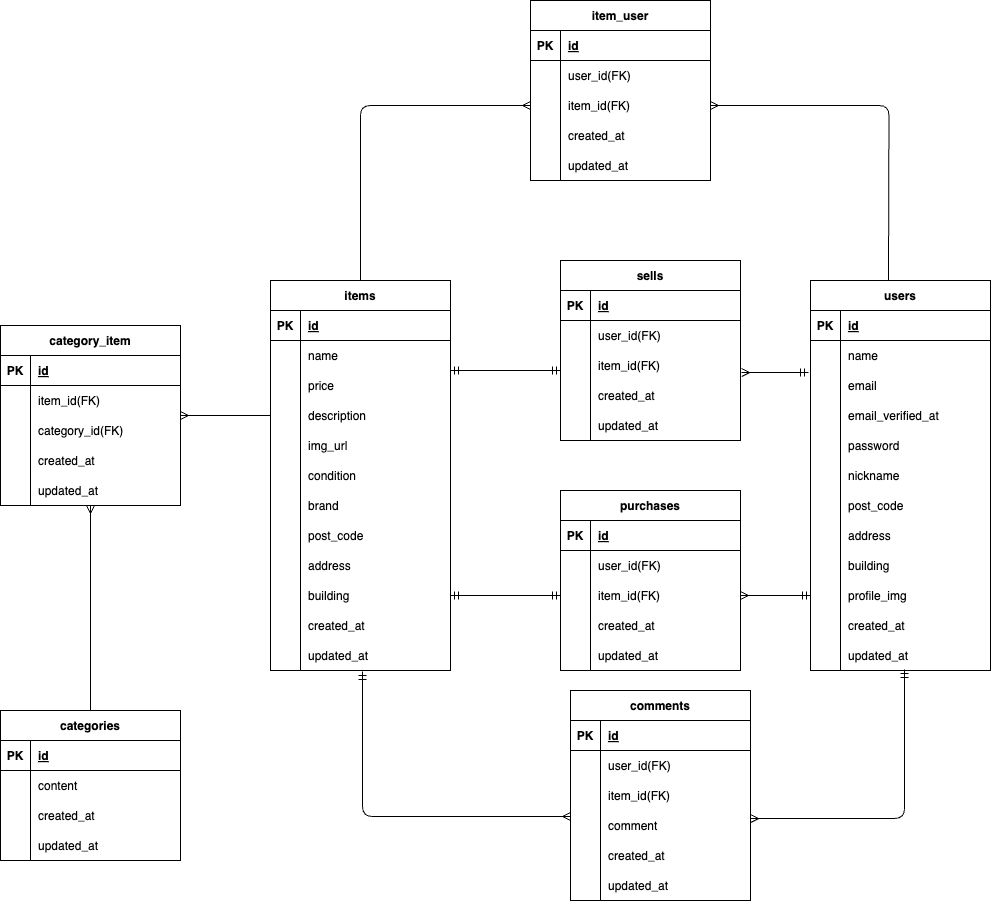
The draw.io diagram .drawio.png in hirata784/flea_market_app, before a commit. Source tidied: cells renumbered, new cells last; positions are measured from the earlier drawing's top-left corner, leaving out a move shared by most shapes.
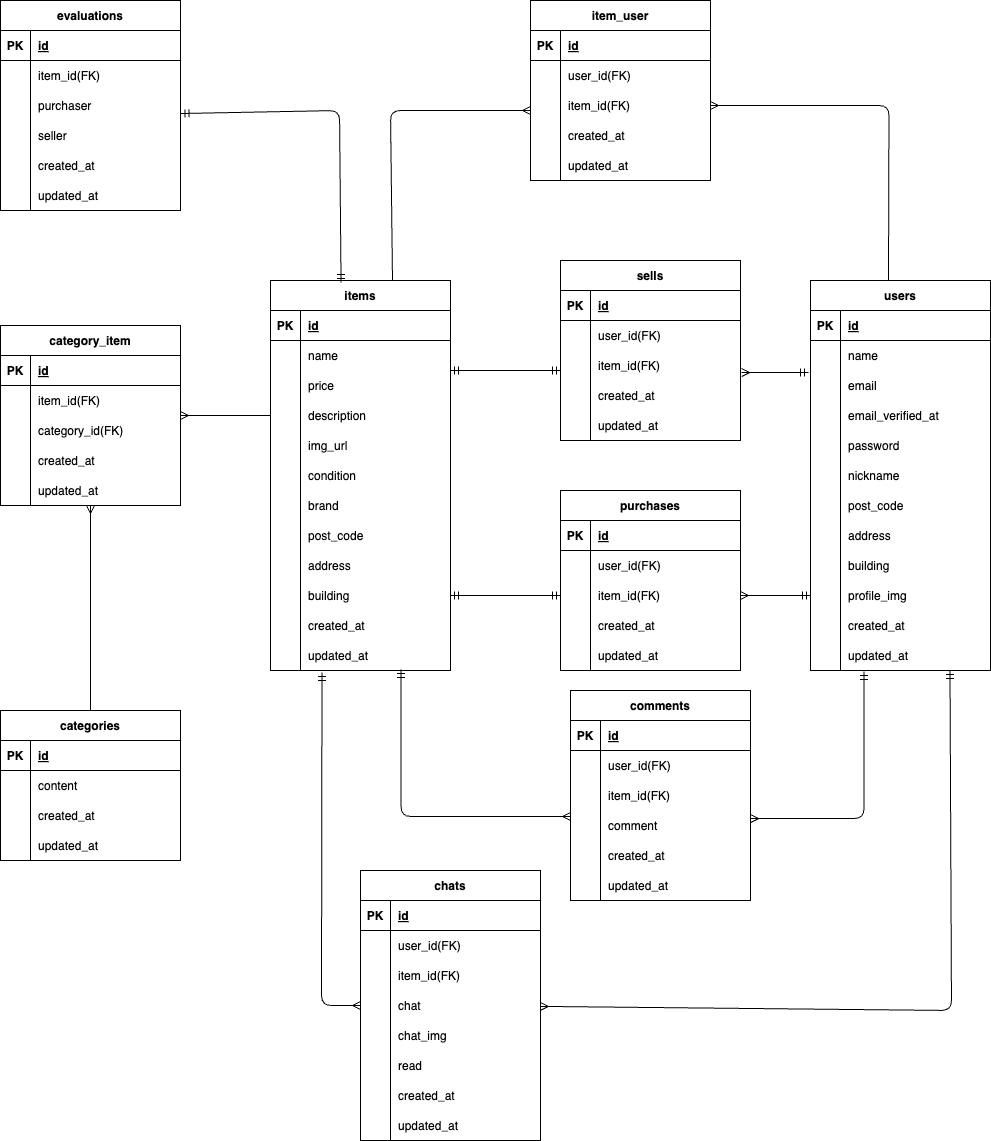
The same file after the commit.

Diff of the diagram source:
```diff
@@ -161,7 +161,7 @@
     <mxCell id="54" value="updated_at" style="shape=partialRectangle;fillColor=none;top=0;left=0;bottom=0;right=0;align=left;spacingLeft=6;overflow=hidden;" parent="52" vertex="1">
       <mxGeometry x="30" width="150" height="30" as="geometry" />
     </mxCell>
-    <mxCell id="55" style="edgeStyle=orthogonalEdgeStyle;html=1;endArrow=ERmandOne;endFill=0;exitX=0;exitY=0.2;exitDx=0;exitDy=0;exitPerimeter=0;entryX=0.511;entryY=1.033;entryDx=0;entryDy=0;entryPerimeter=0;startArrow=ERmany;startFill=0;" parent="1" edge="1" source="66" target="36">
+    <mxCell id="55" style="edgeStyle=orthogonalEdgeStyle;html=1;endArrow=ERmandOne;endFill=0;exitX=0;exitY=0.2;exitDx=0;exitDy=0;exitPerimeter=0;entryX=0.725;entryY=0.967;entryDx=0;entryDy=0;entryPerimeter=0;startArrow=ERmany;startFill=0;" parent="1" edge="1" source="66" target="36">
       <mxGeometry relative="1" as="geometry" />
     </mxCell>
     <mxCell id="56" value="comments" style="shape=table;startSize=30;rowLines=0;fontStyle=1;align=center;" parent="1" vertex="1">
@@ -470,9 +470,6 @@
     <mxCell id="157" value="updated_at" style="shape=partialRectangle;fillColor=none;top=0;left=0;bottom=0;right=0;align=left;spacingLeft=6;overflow=hidden;" parent="155" vertex="1">
       <mxGeometry x="30" width="150" height="30" as="geometry" />
     </mxCell>
-    <mxCell id="158" style="edgeStyle=orthogonalEdgeStyle;html=1;exitX=0.5;exitY=0;exitDx=0;exitDy=0;entryX=0;entryY=0.5;entryDx=0;entryDy=0;endArrow=ERmany;endFill=0;" parent="1" edge="1" source="2" target="46">
-      <mxGeometry relative="1" as="geometry" />
-    </mxCell>
     <mxCell id="159" style="html=1;exitX=1;exitY=0.5;exitDx=0;exitDy=0;endArrow=none;endFill=0;startArrow=ERmany;startFill=0;edgeStyle=orthogonalEdgeStyle;" parent="1" edge="1" source="46">
       <mxGeometry relative="1" as="geometry">
         <mxPoint x="888" y="280" as="targetPoint" />
@@ -485,7 +482,7 @@
         </Array>
       </mxGeometry>
     </mxCell>
-    <mxCell id="161" style="edgeStyle=orthogonalEdgeStyle;html=1;entryX=0.522;entryY=0.967;entryDx=0;entryDy=0;entryPerimeter=0;endArrow=ERmandOne;endFill=0;exitX=1;exitY=0.267;exitDx=0;exitDy=0;exitPerimeter=0;startArrow=ERmany;startFill=0;" parent="1" edge="1" source="66" target="109">
+    <mxCell id="161" style="edgeStyle=orthogonalEdgeStyle;html=1;entryX=0.297;entryY=1.033;entryDx=0;entryDy=0;entryPerimeter=0;endArrow=ERmandOne;endFill=0;exitX=1;exitY=0.267;exitDx=0;exitDy=0;exitPerimeter=0;startArrow=ERmany;startFill=0;" parent="1" edge="1" source="66" target="109">
       <mxGeometry relative="1" as="geometry" />
     </mxCell>
     <mxCell id="162" style="edgeStyle=none;html=1;exitX=0;exitY=0.5;exitDx=0;exitDy=0;entryX=1;entryY=0.5;entryDx=0;entryDy=0;endArrow=ERmandOne;endFill=0;startArrow=ERmandOne;startFill=0;" parent="1" edge="1" source="132" target="30">
@@ -551,5 +548,167 @@
     <mxCell id="181" style="html=1;exitX=1.006;exitY=0.733;exitDx=0;exitDy=0;entryX=-0.011;entryY=0.067;entryDx=0;entryDy=0;endArrow=ERmandOne;endFill=0;entryPerimeter=0;exitPerimeter=0;startArrow=ERmany;startFill=0;" parent="1" edge="1" source="171" target="82">
       <mxGeometry relative="1" as="geometry" />
     </mxCell>
+    <mxCell id="182" value="chats" style="shape=table;startSize=30;rowLines=0;fontStyle=1;align=center;" parent="1" vertex="1">
+      <mxGeometry x="360" y="870" width="180" height="270" as="geometry" />
+    </mxCell>
+    <mxCell id="183" style="shape=tableRow;horizontal=0;startSize=0;swimlaneHead=0;swimlaneBody=0;fillColor=none;top=0;left=0;right=0;bottom=1;" parent="182" vertex="1">
+      <mxGeometry y="30" width="180" height="30" as="geometry" />
+    </mxCell>
+    <mxCell id="184" value="PK" style="shape=partialRectangle;fillColor=none;top=0;left=0;bottom=0;right=0;fontStyle=1;overflow=hidden;" parent="183" vertex="1">
+      <mxGeometry width="30" height="30" as="geometry" />
+    </mxCell>
+    <mxCell id="185" value="id" style="shape=partialRectangle;fillColor=none;top=0;left=0;bottom=0;right=0;align=left;spacingLeft=6;fontStyle=5;overflow=hidden;" parent="183" vertex="1">
+      <mxGeometry x="30" width="150" height="30" as="geometry" />
+    </mxCell>
+    <mxCell id="186" style="shape=tableRow;horizontal=0;startSize=0;swimlaneHead=0;swimlaneBody=0;fillColor=none;top=0;left=0;right=0;bottom=0;" parent="182" vertex="1">
+      <mxGeometry y="60" width="180" height="30" as="geometry" />
+    </mxCell>
+    <mxCell id="187" style="shape=partialRectangle;fillColor=none;top=0;left=0;bottom=0;right=0;overflow=hidden;" parent="186" vertex="1">
+      <mxGeometry width="30" height="30" as="geometry" />
+    </mxCell>
+    <mxCell id="188" value="user_id(FK)" style="shape=partialRectangle;fillColor=none;top=0;left=0;bottom=0;right=0;align=left;spacingLeft=6;overflow=hidden;" parent="186" vertex="1">
+      <mxGeometry x="30" width="150" height="30" as="geometry" />
+    </mxCell>
+    <mxCell id="189" style="shape=tableRow;horizontal=0;startSize=0;swimlaneHead=0;swimlaneBody=0;fillColor=none;top=0;left=0;right=0;bottom=0;" parent="182" vertex="1">
+      <mxGeometry y="90" width="180" height="30" as="geometry" />
+    </mxCell>
+    <mxCell id="190" style="shape=partialRectangle;fillColor=none;top=0;left=0;bottom=0;right=0;overflow=hidden;" parent="189" vertex="1">
+      <mxGeometry width="30" height="30" as="geometry" />
+    </mxCell>
+    <mxCell id="191" value="item_id(FK)" style="shape=partialRectangle;fillColor=none;top=0;left=0;bottom=0;right=0;align=left;spacingLeft=6;overflow=hidden;" parent="189" vertex="1">
+      <mxGeometry x="30" width="150" height="30" as="geometry" />
+    </mxCell>
+    <mxCell id="192" style="shape=tableRow;horizontal=0;startSize=0;swimlaneHead=0;swimlaneBody=0;fillColor=none;points=[[0,0.5],[1,0.5]];portConstraint=eastwest;top=0;left=0;right=0;bottom=0;" parent="182" vertex="1">
+      <mxGeometry y="120" width="180" height="30" as="geometry" />
+    </mxCell>
+    <mxCell id="193" style="shape=partialRectangle;fillColor=none;top=0;left=0;bottom=0;right=0;overflow=hidden;" parent="192" vertex="1">
+      <mxGeometry width="30" height="30" as="geometry" />
+    </mxCell>
+    <mxCell id="194" value="chat" style="shape=partialRectangle;fillColor=none;top=0;left=0;bottom=0;right=0;align=left;spacingLeft=6;overflow=hidden;" parent="192" vertex="1">
+      <mxGeometry x="30" width="150" height="30" as="geometry" />
+    </mxCell>
+    <mxCell id="195" style="shape=tableRow;horizontal=0;startSize=0;swimlaneHead=0;swimlaneBody=0;fillColor=none;top=0;left=0;right=0;bottom=0;" parent="182" vertex="1">
+      <mxGeometry y="150" width="180" height="30" as="geometry" />
+    </mxCell>
+    <mxCell id="196" style="shape=partialRectangle;fillColor=none;top=0;left=0;bottom=0;right=0;overflow=hidden;" parent="195" vertex="1">
+      <mxGeometry width="30" height="30" as="geometry" />
+    </mxCell>
+    <mxCell id="197" value="chat_img" style="shape=partialRectangle;fillColor=none;top=0;left=0;bottom=0;right=0;align=left;spacingLeft=6;overflow=hidden;" parent="195" vertex="1">
+      <mxGeometry x="30" width="150" height="30" as="geometry" />
+    </mxCell>
+    <mxCell id="198" style="shape=tableRow;horizontal=0;startSize=0;swimlaneHead=0;swimlaneBody=0;fillColor=none;top=0;left=0;right=0;bottom=0;" parent="182" vertex="1">
+      <mxGeometry y="180" width="180" height="30" as="geometry" />
+    </mxCell>
+    <mxCell id="199" style="shape=partialRectangle;fillColor=none;top=0;left=0;bottom=0;right=0;overflow=hidden;" parent="198" vertex="1">
+      <mxGeometry width="30" height="30" as="geometry" />
+    </mxCell>
+    <mxCell id="200" value="read" style="shape=partialRectangle;fillColor=none;top=0;left=0;bottom=0;right=0;align=left;spacingLeft=6;overflow=hidden;" parent="198" vertex="1">
+      <mxGeometry x="30" width="150" height="30" as="geometry" />
+    </mxCell>
+    <mxCell id="201" style="shape=tableRow;horizontal=0;startSize=0;swimlaneHead=0;swimlaneBody=0;fillColor=none;top=0;left=0;right=0;bottom=0;" parent="182" vertex="1">
+      <mxGeometry y="210" width="180" height="30" as="geometry" />
+    </mxCell>
+    <mxCell id="202" style="shape=partialRectangle;fillColor=none;top=0;left=0;bottom=0;right=0;overflow=hidden;" parent="201" vertex="1">
+      <mxGeometry width="30" height="30" as="geometry" />
+    </mxCell>
+    <mxCell id="203" value="created_at" style="shape=partialRectangle;fillColor=none;top=0;left=0;bottom=0;right=0;align=left;spacingLeft=6;overflow=hidden;" parent="201" vertex="1">
+      <mxGeometry x="30" width="150" height="30" as="geometry" />
+    </mxCell>
+    <mxCell id="204" style="shape=tableRow;horizontal=0;startSize=0;swimlaneHead=0;swimlaneBody=0;fillColor=none;top=0;left=0;right=0;bottom=0;" parent="182" vertex="1">
+      <mxGeometry y="240" width="180" height="30" as="geometry" />
+    </mxCell>
+    <mxCell id="205" style="shape=partialRectangle;fillColor=none;top=0;left=0;bottom=0;right=0;overflow=hidden;" parent="204" vertex="1">
+      <mxGeometry width="30" height="30" as="geometry" />
+    </mxCell>
+    <mxCell id="206" value="updated_at" style="shape=partialRectangle;fillColor=none;top=0;left=0;bottom=0;right=0;align=left;spacingLeft=6;overflow=hidden;" parent="204" vertex="1">
+      <mxGeometry x="30" width="150" height="30" as="geometry" />
+    </mxCell>
+    <mxCell id="207" style="edgeStyle=none;html=1;entryX=0.392;entryY=0.005;entryDx=0;entryDy=0;entryPerimeter=0;exitX=1.003;exitY=0.767;exitDx=0;exitDy=0;exitPerimeter=0;startArrow=ERmandOne;startFill=0;endArrow=ERmandOne;endFill=0;" parent="1" edge="1" source="215" target="2">
+      <mxGeometry relative="1" as="geometry">
+        <Array as="points">
+          <mxPoint x="339" y="110" />
+        </Array>
+      </mxGeometry>
+    </mxCell>
+    <mxCell id="208" value="evaluations" style="shape=table;startSize=30;rowLines=0;fontStyle=1;align=center;" parent="1" vertex="1">
+      <mxGeometry width="180" height="210" as="geometry" />
+    </mxCell>
+    <mxCell id="209" style="shape=tableRow;horizontal=0;startSize=0;swimlaneHead=0;swimlaneBody=0;fillColor=none;top=0;left=0;right=0;bottom=1;" parent="208" vertex="1">
+      <mxGeometry y="30" width="180" height="30" as="geometry" />
+    </mxCell>
+    <mxCell id="210" value="PK" style="shape=partialRectangle;fillColor=none;top=0;left=0;bottom=0;right=0;fontStyle=1;overflow=hidden;" parent="209" vertex="1">
+      <mxGeometry width="30" height="30" as="geometry" />
+    </mxCell>
+    <mxCell id="211" value="id" style="shape=partialRectangle;fillColor=none;top=0;left=0;bottom=0;right=0;align=left;spacingLeft=6;fontStyle=5;overflow=hidden;" parent="209" vertex="1">
+      <mxGeometry x="30" width="150" height="30" as="geometry" />
+    </mxCell>
+    <mxCell id="212" style="shape=tableRow;horizontal=0;startSize=0;swimlaneHead=0;swimlaneBody=0;fillColor=none;top=0;left=0;right=0;bottom=0;" parent="208" vertex="1">
+      <mxGeometry y="60" width="180" height="30" as="geometry" />
+    </mxCell>
+    <mxCell id="213" style="shape=partialRectangle;fillColor=none;top=0;left=0;bottom=0;right=0;overflow=hidden;" parent="212" vertex="1">
+      <mxGeometry width="30" height="30" as="geometry" />
+    </mxCell>
+    <mxCell id="214" value="item_id(FK)" style="shape=partialRectangle;fillColor=none;top=0;left=0;bottom=0;right=0;align=left;spacingLeft=6;overflow=hidden;" parent="212" vertex="1">
+      <mxGeometry x="30" width="150" height="30" as="geometry" />
+    </mxCell>
+    <mxCell id="215" style="shape=tableRow;horizontal=0;startSize=0;swimlaneHead=0;swimlaneBody=0;fillColor=none;points=[[0,0.5],[1,0.5]];portConstraint=eastwest;top=0;left=0;right=0;bottom=0;" parent="208" vertex="1">
+      <mxGeometry y="90" width="180" height="30" as="geometry" />
+    </mxCell>
+    <mxCell id="216" style="shape=partialRectangle;fillColor=none;top=0;left=0;bottom=0;right=0;overflow=hidden;" parent="215" vertex="1">
+      <mxGeometry width="30" height="30" as="geometry" />
+    </mxCell>
+    <mxCell id="217" value="purchaser" style="shape=partialRectangle;fillColor=none;top=0;left=0;bottom=0;right=0;align=left;spacingLeft=6;overflow=hidden;" parent="215" vertex="1">
+      <mxGeometry x="30" width="150" height="30" as="geometry" />
+    </mxCell>
+    <mxCell id="218" style="shape=tableRow;horizontal=0;startSize=0;swimlaneHead=0;swimlaneBody=0;fillColor=none;top=0;left=0;right=0;bottom=0;" parent="208" vertex="1">
+      <mxGeometry y="120" width="180" height="30" as="geometry" />
+    </mxCell>
+    <mxCell id="219" style="shape=partialRectangle;fillColor=none;top=0;left=0;bottom=0;right=0;overflow=hidden;" parent="218" vertex="1">
+      <mxGeometry width="30" height="30" as="geometry" />
+    </mxCell>
+    <mxCell id="220" value="seller" style="shape=partialRectangle;fillColor=none;top=0;left=0;bottom=0;right=0;align=left;spacingLeft=6;overflow=hidden;" parent="218" vertex="1">
+      <mxGeometry x="30" width="150" height="30" as="geometry" />
+    </mxCell>
+    <mxCell id="221" style="shape=tableRow;horizontal=0;startSize=0;swimlaneHead=0;swimlaneBody=0;fillColor=none;top=0;left=0;right=0;bottom=0;" parent="208" vertex="1">
+      <mxGeometry y="150" width="180" height="30" as="geometry" />
+    </mxCell>
+    <mxCell id="222" style="shape=partialRectangle;fillColor=none;top=0;left=0;bottom=0;right=0;overflow=hidden;" parent="221" vertex="1">
+      <mxGeometry width="30" height="30" as="geometry" />
+    </mxCell>
+    <mxCell id="223" value="created_at" style="shape=partialRectangle;fillColor=none;top=0;left=0;bottom=0;right=0;align=left;spacingLeft=6;overflow=hidden;" parent="221" vertex="1">
+      <mxGeometry x="30" width="150" height="30" as="geometry" />
+    </mxCell>
+    <mxCell id="224" style="shape=tableRow;horizontal=0;startSize=0;swimlaneHead=0;swimlaneBody=0;fillColor=none;top=0;left=0;right=0;bottom=0;" parent="208" vertex="1">
+      <mxGeometry y="180" width="180" height="30" as="geometry" />
+    </mxCell>
+    <mxCell id="225" style="shape=partialRectangle;fillColor=none;top=0;left=0;bottom=0;right=0;overflow=hidden;" parent="224" vertex="1">
+      <mxGeometry width="30" height="30" as="geometry" />
+    </mxCell>
+    <mxCell id="226" value="updated_at" style="shape=partialRectangle;fillColor=none;top=0;left=0;bottom=0;right=0;align=left;spacingLeft=6;overflow=hidden;" parent="224" vertex="1">
+      <mxGeometry x="30" width="150" height="30" as="geometry" />
+    </mxCell>
+    <mxCell id="227" style="edgeStyle=none;html=1;startArrow=ERmany;startFill=0;endArrow=none;endFill=0;" parent="1" edge="1">
+      <mxGeometry relative="1" as="geometry">
+        <mxPoint x="530" y="110" as="sourcePoint" />
+        <mxPoint x="392" y="280" as="targetPoint" />
+        <Array as="points">
+          <mxPoint x="390" y="110" />
+        </Array>
+      </mxGeometry>
+    </mxCell>
+    <mxCell id="228" style="edgeStyle=none;html=1;exitX=0;exitY=0.5;exitDx=0;exitDy=0;endArrow=ERmandOne;endFill=0;startArrow=ERmany;startFill=0;entryX=0.286;entryY=1.067;entryDx=0;entryDy=0;entryPerimeter=0;" parent="1" edge="1" source="192" target="36">
+      <mxGeometry relative="1" as="geometry">
+        <Array as="points">
+          <mxPoint x="321" y="1005" />
+        </Array>
+      </mxGeometry>
+    </mxCell>
+    <mxCell id="229" style="edgeStyle=none;html=1;entryX=0.775;entryY=1;entryDx=0;entryDy=0;entryPerimeter=0;endArrow=ERmandOne;endFill=0;startArrow=ERmany;startFill=0;" parent="1" edge="1" source="192" target="109">
+      <mxGeometry relative="1" as="geometry">
+        <Array as="points">
+          <mxPoint x="951" y="1010" />
+        </Array>
+      </mxGeometry>
+    </mxCell>
   </root>
 </mxGraphModel>
```
